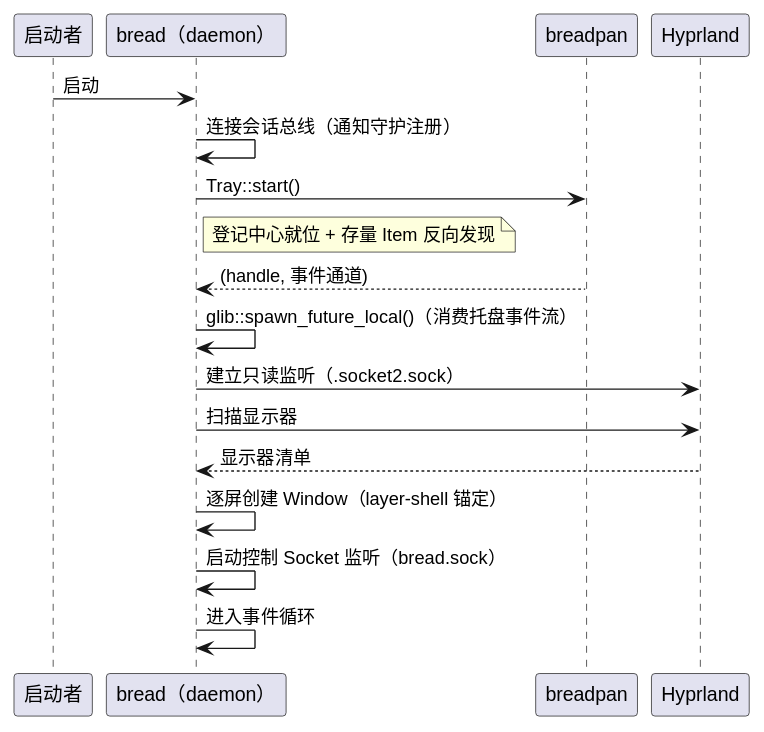
This is diagram/breadknife-startup.svg from 54m43lJ/BreadKnife, a PlantUML export, as it was before one commit. The source it was exported from:
```plantuml
@startuml
participant 启动者
participant "bread（daemon）" as daemon
participant breadpan
participant Hyprland

启动者 -> daemon: 启动
daemon -> daemon: 连接会话总线（通知守护注册）
daemon -> breadpan: Tray::start()
note right of daemon
  登记中心就位 + 存量 Item 反向发现
end note
breadpan --> daemon: (handle, 事件通道)
daemon -> daemon: glib::spawn_future_local()（消费托盘事件流）
daemon -> Hyprland: 建立只读监听（.socket2.sock）
daemon -> Hyprland: 扫描显示器
Hyprland --> daemon: 显示器清单
daemon -> daemon: 逐屏创建 Window（layer-shell 锚定）
daemon -> daemon: 启动控制 Socket 监听（bread.sock）
daemon -> daemon: 进入事件循环
@enduml
```
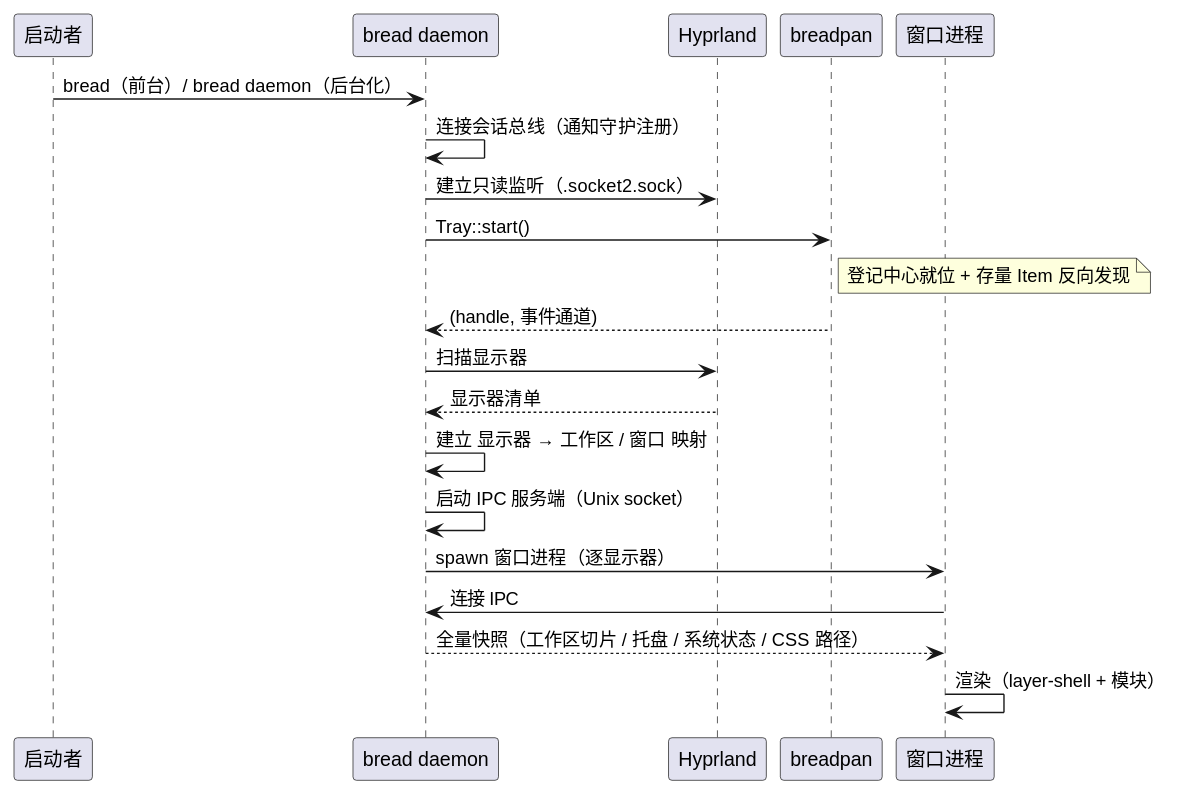
The same diagram one commit later.

Commit message:
docs(breadknife): 架构落档——daemon/窗口拆分（ARCH 重写 + 五图重绘）

Change to the diagram source:
```diff
@@ -1,21 +1,24 @@
 @startuml
 participant 启动者
-participant "bread（daemon）" as daemon
+participant "bread daemon" as daemon
+participant Hyprland
 participant breadpan
-participant Hyprland
+participant "窗口进程" as win
 
-启动者 -> daemon: 启动
+启动者 -> daemon: bread（前台）/ bread daemon（后台化）
 daemon -> daemon: 连接会话总线（通知守护注册）
+daemon -> Hyprland: 建立只读监听（.socket2.sock）
 daemon -> breadpan: Tray::start()
-note right of daemon
+note right of breadpan
   登记中心就位 + 存量 Item 反向发现
 end note
 breadpan --> daemon: (handle, 事件通道)
-daemon -> daemon: glib::spawn_future_local()（消费托盘事件流）
-daemon -> Hyprland: 建立只读监听（.socket2.sock）
 daemon -> Hyprland: 扫描显示器
 Hyprland --> daemon: 显示器清单
-daemon -> daemon: 逐屏创建 Window（layer-shell 锚定）
-daemon -> daemon: 启动控制 Socket 监听（bread.sock）
-daemon -> daemon: 进入事件循环
+daemon -> daemon: 建立 显示器 → 工作区 / 窗口 映射
+daemon -> daemon: 启动 IPC 服务端（Unix socket）
+daemon -> win: spawn 窗口进程（逐显示器）
+win -> daemon: 连接 IPC
+daemon --> win: 全量快照（工作区切片 / 托盘 / 系统状态 / CSS 路径）
+win -> win: 渲染（layer-shell + 模块）
 @enduml
```
